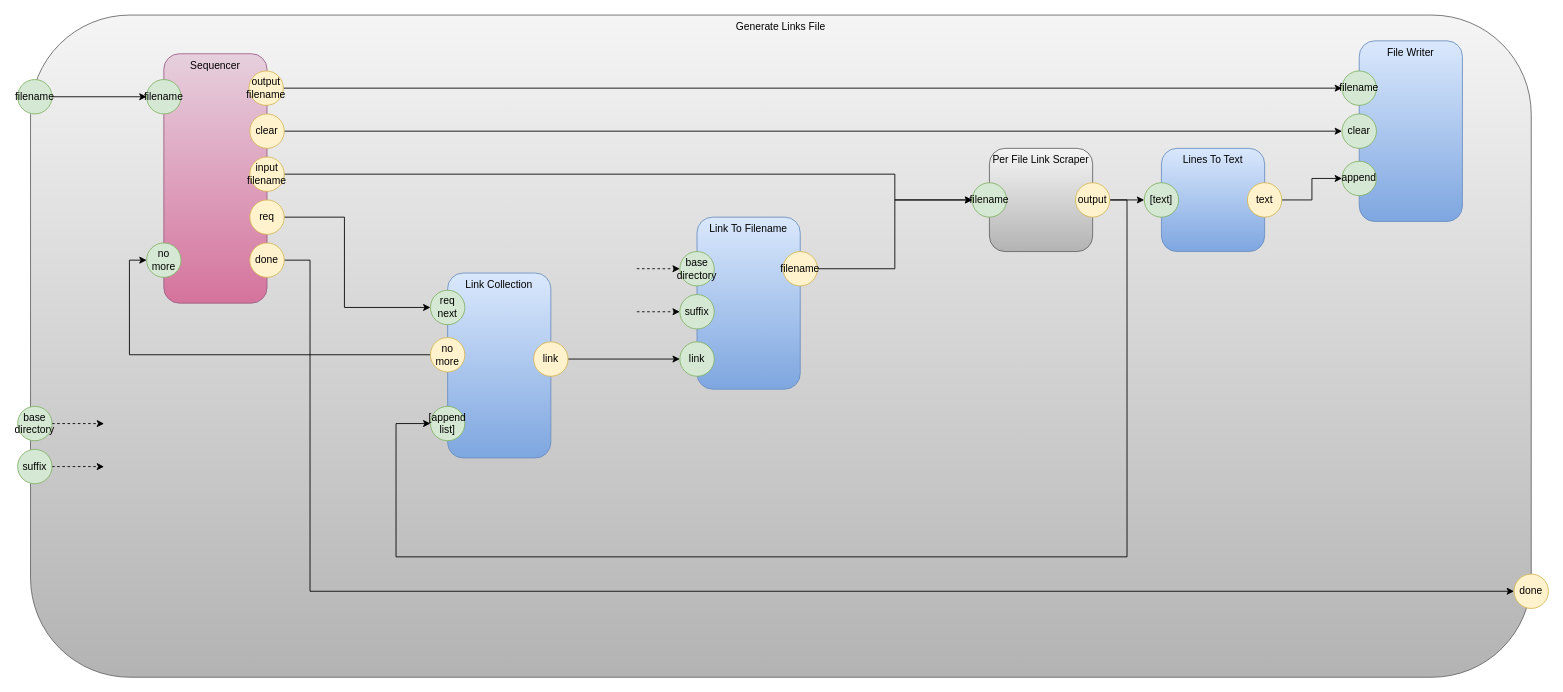
The draw.io diagram page "Too Flat Generate Links File" (5 of 7) of pm-copy.drawio in guitarvydas/pypm, before the edit. Source tidied: cells renumbered, new cells numbered last; positions are measured from the earlier drawing's top-left corner, leaving out a move shared by most shapes. Both pictures are drawn from the tidied source at 86%, with x=0, y=0 at pixel (17, 15).
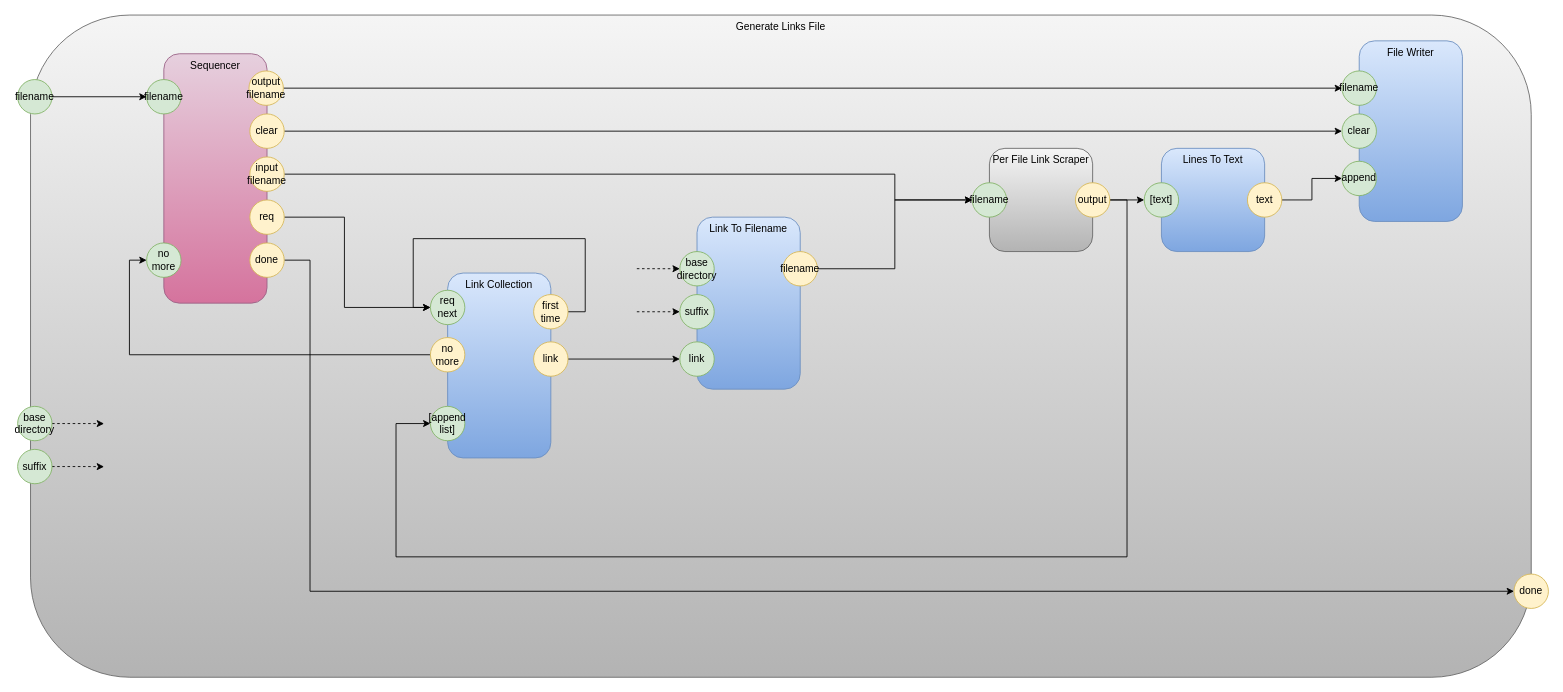
The same page after the edit.

Change to the diagram source:
```diff
@@
+    <mxCell id="51" style="edgeStyle=orthogonalEdgeStyle;jettySize=auto;html=1;exitX=1;exitY=0.5;exitDx=0;exitDy=0;rounded=0;" parent="1" edge="1" source="52">
+      <mxGeometry relative="1" as="geometry">
+        <mxPoint x="480" y="340" as="targetPoint" />
+        <Array as="points">
+          <mxPoint x="660" y="345" />
+          <mxPoint x="660" y="260" />
+          <mxPoint x="460" y="260" />
+          <mxPoint x="460" y="340" />
+        </Array>
+      </mxGeometry>
+    </mxCell>
+    <mxCell id="52" value="first time" style="ellipse;whiteSpace=wrap;html=1;fillColor=#fff2cc;strokeColor=#d6b656;" parent="1" vertex="1">
+      <mxGeometry x="600" y="325" width="40" height="40" as="geometry" />
+    </mxCell>
```
